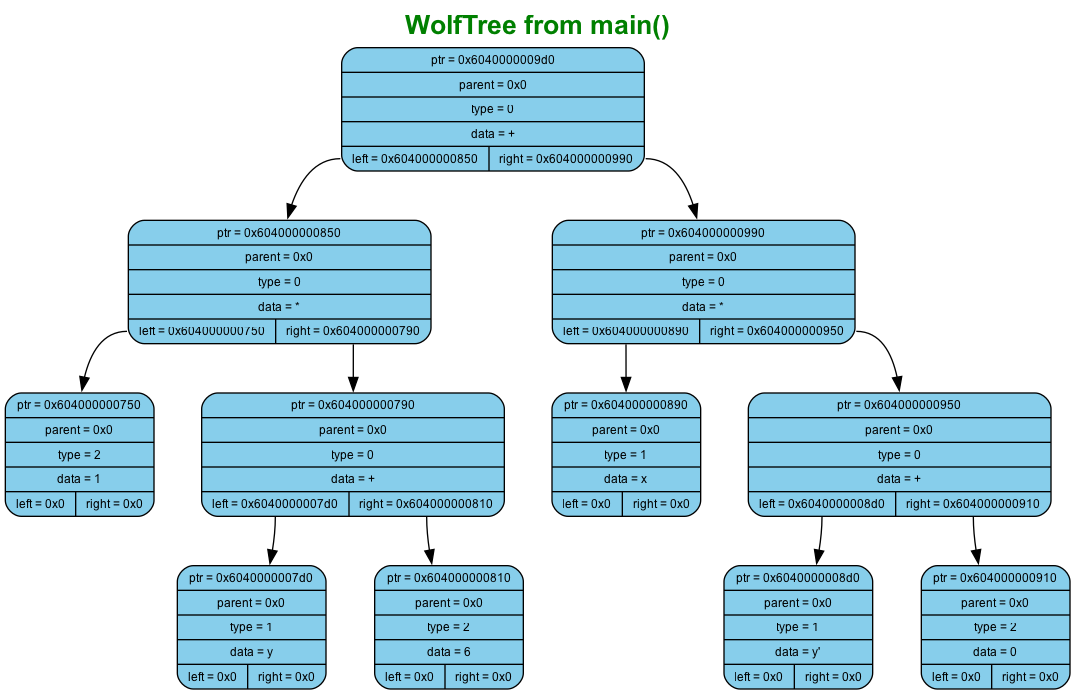
The Graphviz diagram WOLFRAM_SIGMA/ReportFiles/graphs/graph1/wolf.dot.png in murugov/WolframSigma, before a commit. Its source is kept beside it as WOLFRAM_SIGMA/ReportFiles/graphs/graph1/wolf.dot. Its diagram source:
```dot
digraph G {
	label=<<B>WolfTree from main()</B>>;
	fontcolor="#008000";
	fontname="Arial";
	labelloc="top";
	labeljust="center";
	fontsize=20;
	rankdir=TB;
	center=true;
	nodesep=0.5;
	ranksep=0.5;
	node[fontsize=9, shape=box, width=0.7, height=0.4, style="filled, rounded", fontname="Arial"];

	n0 [shape=record, label="{ptr = 0x6040000009d0 | parent = 0x0 | type = 0 | data = + | {<left> left = 0x604000000850 | <right> right = 0x604000000990}}", fillcolor="#87CEEB", color="black"]
	n1 [shape=record, label="{ptr = 0x604000000850 | parent = 0x0 | type = 0 | data = * | {<left> left = 0x604000000750 | <right> right = 0x604000000790}}", fillcolor="#87CEEB", color="black"]
	n0:left -> n1
	n2 [shape=record, label="{ptr = 0x604000000990 | parent = 0x0 | type = 0 | data = * | {<left> left = 0x604000000890 | <right> right = 0x604000000950}}", fillcolor="#87CEEB", color="black"]
	n0:right -> n2
	n3 [shape=record, label="{ptr = 0x604000000890 | parent = 0x0 | type = 1 | data = x | {<left> left = 0x0 | <right> right = 0x0}}", fillcolor="#87CEEB", color="black"]
	n2:left -> n3
	n4 [shape=record, label="{ptr = 0x604000000950 | parent = 0x0 | type = 0 | data = + | {<left> left = 0x6040000008d0 | <right> right = 0x604000000910}}", fillcolor="#87CEEB", color="black"]
	n2:right -> n4
	n5 [shape=record, label="{ptr = 0x6040000008d0 | parent = 0x0 | type = 1 | data = y' | {<left> left = 0x0 | <right> right = 0x0}}", fillcolor="#87CEEB", color="black"]
	n4:left -> n5
	n6 [shape=record, label="{ptr = 0x604000000910 | parent = 0x0 | type = 2 | data = 0 | {<left> left = 0x0 | <right> right = 0x0}}", fillcolor="#87CEEB", color="black"]
	n4:right -> n6
	n7 [shape=record, label="{ptr = 0x604000000750 | parent = 0x0 | type = 2 | data = 1 | {<left> left = 0x0 | <right> right = 0x0}}", fillcolor="#87CEEB", color="black"]
	n1:left -> n7
	n8 [shape=record, label="{ptr = 0x604000000790 | parent = 0x0 | type = 0 | data = + | {<left> left = 0x6040000007d0 | <right> right = 0x604000000810}}", fillcolor="#87CEEB", color="black"]
	n1:right -> n8
	n9 [shape=record, label="{ptr = 0x6040000007d0 | parent = 0x0 | type = 1 | data = y | {<left> left = 0x0 | <right> right = 0x0}}", fillcolor="#87CEEB", color="black"]
	n8:left -> n9
	n10 [shape=record, label="{ptr = 0x604000000810 | parent = 0x0 | type = 2 | data = 6 | {<left> left = 0x0 | <right> right = 0x0}}", fillcolor="#87CEEB", color="black"]
	n8:right -> n10
}
```
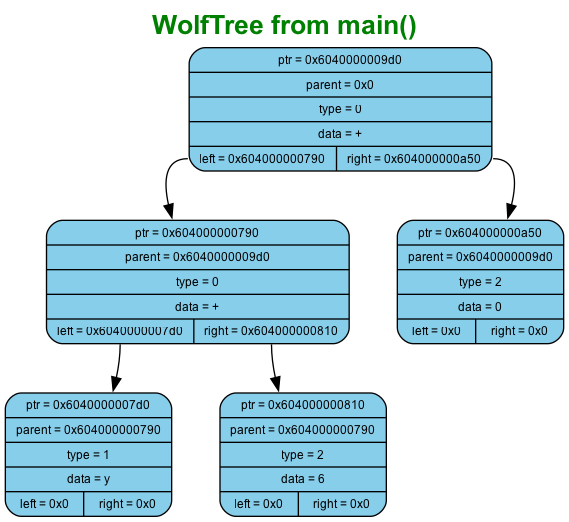
After the change.

Diff of the diagram source:
```diff
@@ -11,25 +11,13 @@
 	ranksep=0.5;
 	node[fontsize=9, shape=box, width=0.7, height=0.4, style="filled, rounded", fontname="Arial"];
 
-	n0 [shape=record, label="{ptr = 0x6040000009d0 | parent = 0x0 | type = 0 | data = + | {<left> left = 0x604000000850 | <right> right = 0x604000000990}}", fillcolor="#87CEEB", color="black"]
-	n1 [shape=record, label="{ptr = 0x604000000850 | parent = 0x0 | type = 0 | data = * | {<left> left = 0x604000000750 | <right> right = 0x604000000790}}", fillcolor="#87CEEB", color="black"]
+	n0 [shape=record, label="{ptr = 0x6040000009d0 | parent = 0x0 | type = 0 | data = + | {<left> left = 0x604000000790 | <right> right = 0x604000000a50}}", fillcolor="#87CEEB", color="black"]
+	n1 [shape=record, label="{ptr = 0x604000000790 | parent = 0x6040000009d0 | type = 0 | data = + | {<left> left = 0x6040000007d0 | <right> right = 0x604000000810}}", fillcolor="#87CEEB", color="black"]
 	n0:left -> n1
-	n2 [shape=record, label="{ptr = 0x604000000990 | parent = 0x0 | type = 0 | data = * | {<left> left = 0x604000000890 | <right> right = 0x604000000950}}", fillcolor="#87CEEB", color="black"]
+	n2 [shape=record, label="{ptr = 0x604000000a50 | parent = 0x6040000009d0 | type = 2 | data = 0 | {<left> left = 0x0 | <right> right = 0x0}}", fillcolor="#87CEEB", color="black"]
 	n0:right -> n2
-	n3 [shape=record, label="{ptr = 0x604000000890 | parent = 0x0 | type = 1 | data = x | {<left> left = 0x0 | <right> right = 0x0}}", fillcolor="#87CEEB", color="black"]
-	n2:left -> n3
-	n4 [shape=record, label="{ptr = 0x604000000950 | parent = 0x0 | type = 0 | data = + | {<left> left = 0x6040000008d0 | <right> right = 0x604000000910}}", fillcolor="#87CEEB", color="black"]
-	n2:right -> n4
-	n5 [shape=record, label="{ptr = 0x6040000008d0 | parent = 0x0 | type = 1 | data = y' | {<left> left = 0x0 | <right> right = 0x0}}", fillcolor="#87CEEB", color="black"]
-	n4:left -> n5
-	n6 [shape=record, label="{ptr = 0x604000000910 | parent = 0x0 | type = 2 | data = 0 | {<left> left = 0x0 | <right> right = 0x0}}", fillcolor="#87CEEB", color="black"]
-	n4:right -> n6
-	n7 [shape=record, label="{ptr = 0x604000000750 | parent = 0x0 | type = 2 | data = 1 | {<left> left = 0x0 | <right> right = 0x0}}", fillcolor="#87CEEB", color="black"]
-	n1:left -> n7
-	n8 [shape=record, label="{ptr = 0x604000000790 | parent = 0x0 | type = 0 | data = + | {<left> left = 0x6040000007d0 | <right> right = 0x604000000810}}", fillcolor="#87CEEB", color="black"]
-	n1:right -> n8
-	n9 [shape=record, label="{ptr = 0x6040000007d0 | parent = 0x0 | type = 1 | data = y | {<left> left = 0x0 | <right> right = 0x0}}", fillcolor="#87CEEB", color="black"]
-	n8:left -> n9
-	n10 [shape=record, label="{ptr = 0x604000000810 | parent = 0x0 | type = 2 | data = 6 | {<left> left = 0x0 | <right> right = 0x0}}", fillcolor="#87CEEB", color="black"]
-	n8:right -> n10
+	n3 [shape=record, label="{ptr = 0x6040000007d0 | parent = 0x604000000790 | type = 1 | data = y | {<left> left = 0x0 | <right> right = 0x0}}", fillcolor="#87CEEB", color="black"]
+	n1:left -> n3
+	n4 [shape=record, label="{ptr = 0x604000000810 | parent = 0x604000000790 | type = 2 | data = 6 | {<left> left = 0x0 | <right> right = 0x0}}", fillcolor="#87CEEB", color="black"]
+	n1:right -> n4
 }
```
